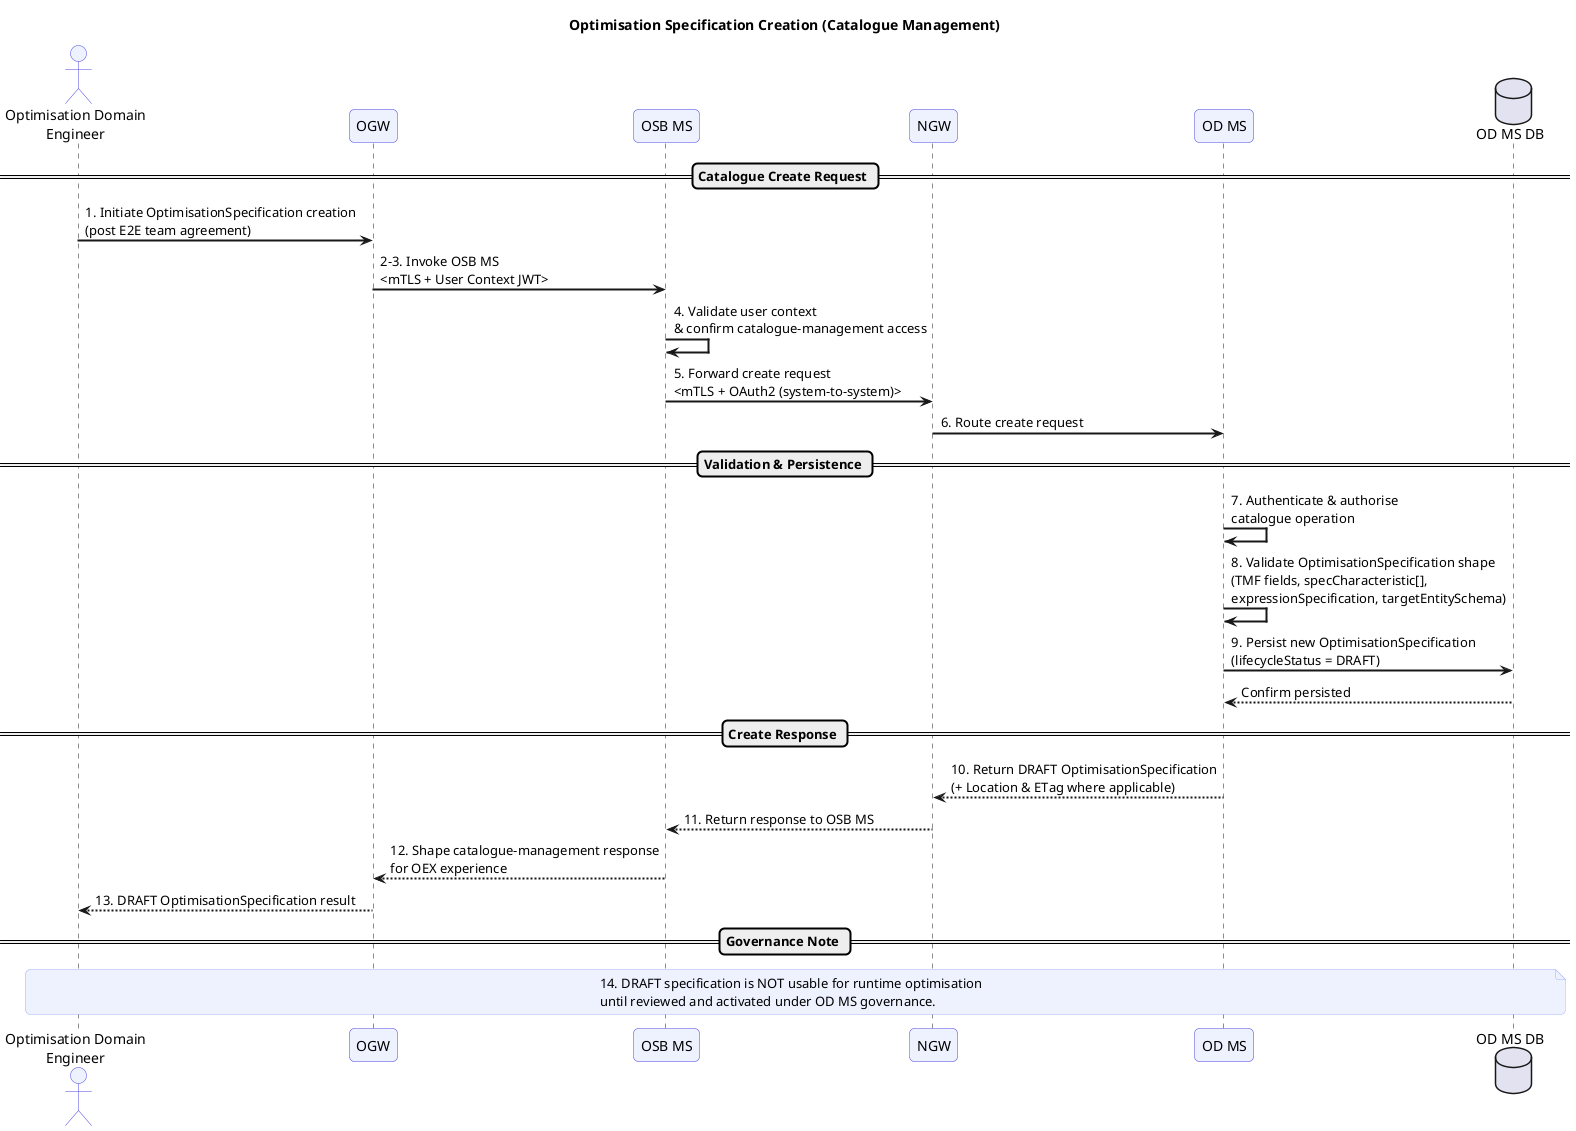
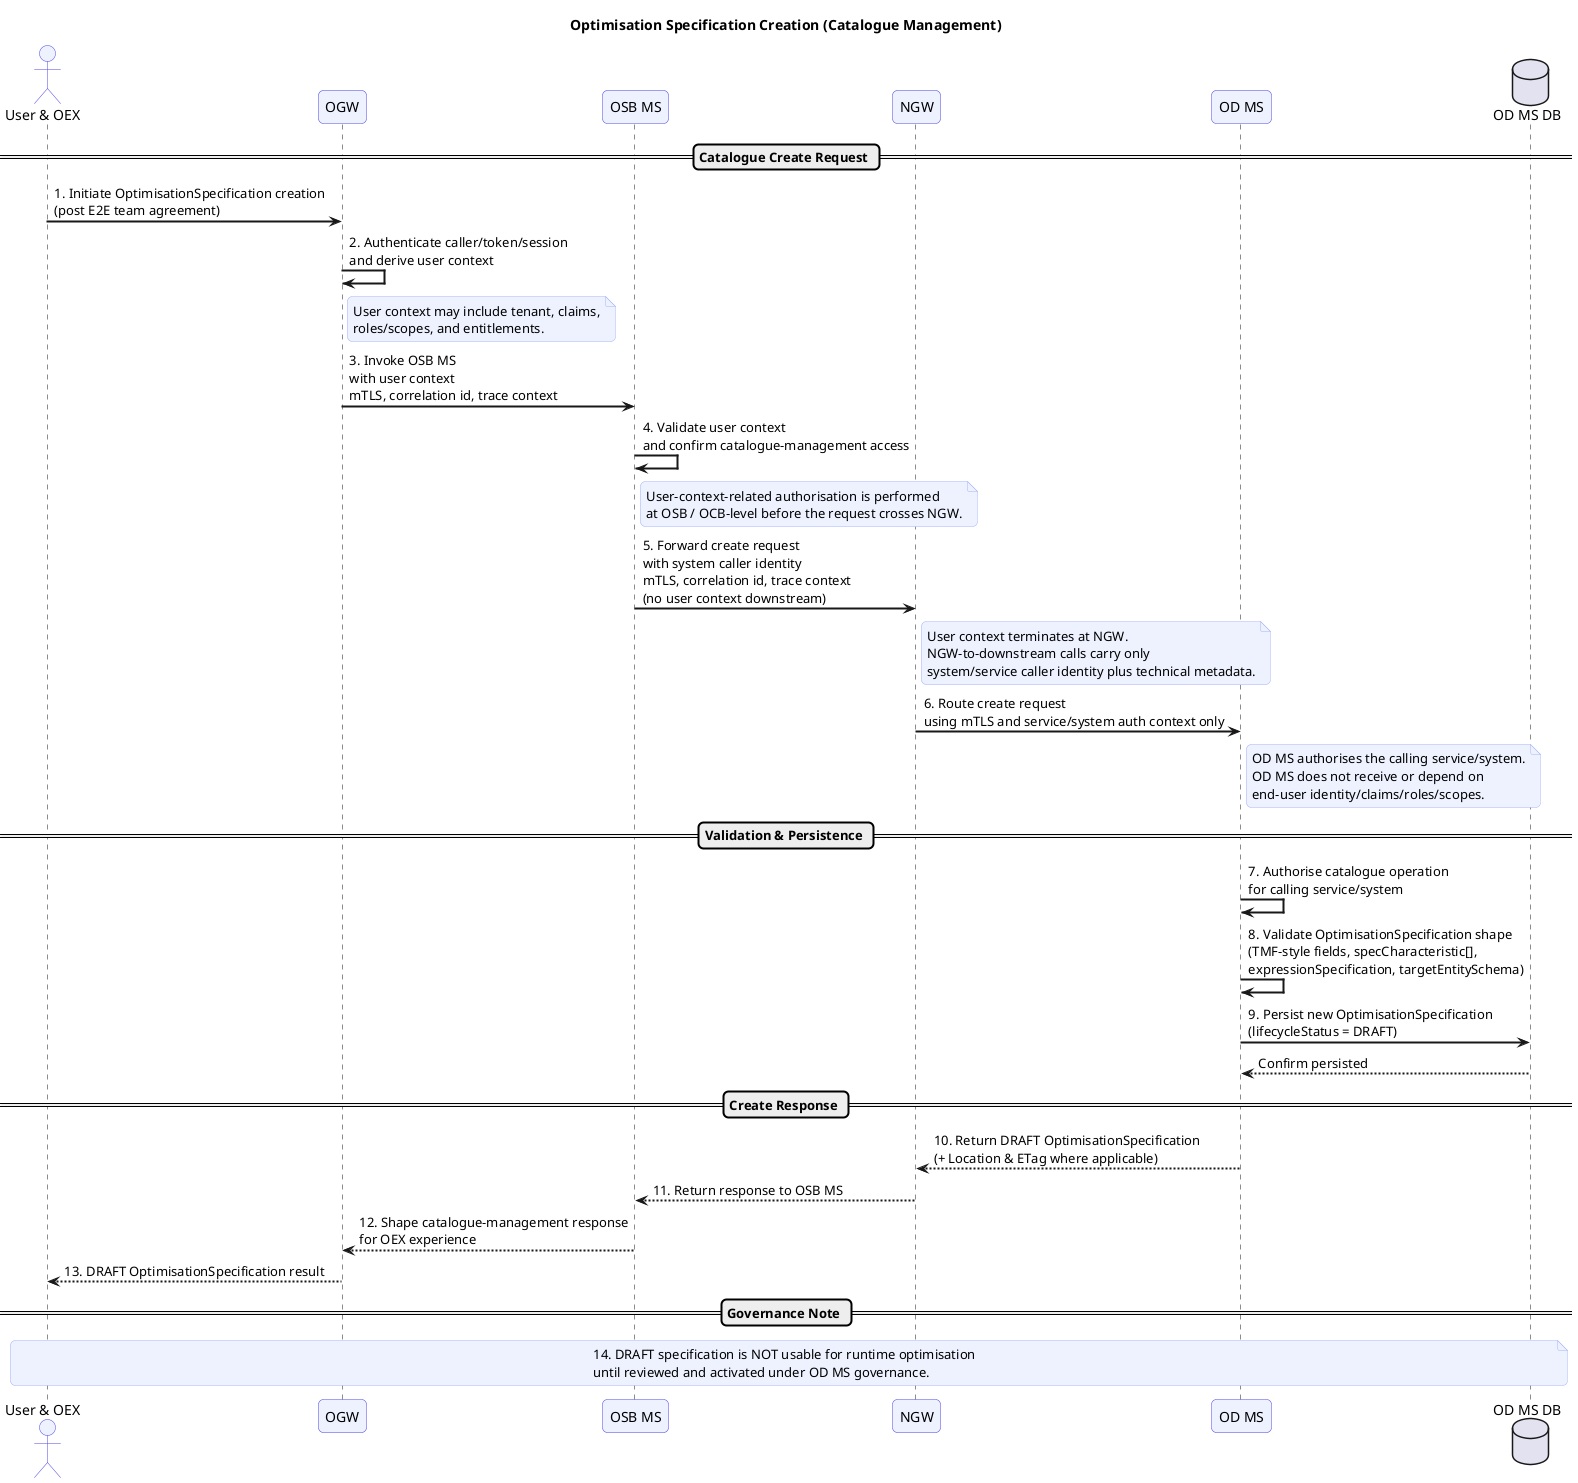
@startuml
title Optimisation Specification Creation (Catalogue Management)

skinparam sequenceArrowThickness 2
skinparam roundcorner 10
skinparam sequenceParticipantBackgroundColor #EEF2FF
skinparam sequenceParticipantBorderColor #4F46E5
skinparam sequenceActorBackgroundColor #EEF2FF
skinparam sequenceActorBorderColor #4F46E5
skinparam noteBorderColor #A5B4FC
skinparam noteBackgroundColor #EEF2FF

- actor "Optimisation Domain\nEngineer" as Engineer
+ actor "User & OEX " as Caller
participant "OGW" as OGW
participant "OSB MS" as OSB
participant "NGW" as NGW
participant "OD MS" as ODMS
database "OD MS DB" as ODDB

== Catalogue Create Request ==

- Engineer -> OGW : 1. Initiate OptimisationSpecification creation\n(post E2E team agreement)
- OGW -> OSB : 2-3. Invoke OSB MS\n<mTLS + User Context JWT>
- OSB -> OSB : 4. Validate user context\n& confirm catalogue-management access
- OSB -> NGW : 5. Forward create request\n<mTLS + OAuth2 (system-to-system)>
- NGW -> ODMS : 6. Route create request
+ Caller -> OGW : 1. Initiate OptimisationSpecification creation\n(post E2E team agreement)
+ OGW -> OGW : 2. Authenticate caller/token/session\nand derive user context
+ note right of OGW
+ User context may include tenant, claims,
+ roles/scopes, and entitlements.
+ end note
+ 
+ OGW -> OSB : 3. Invoke OSB MS\nwith user context\nmTLS, correlation id, trace context
+ OSB -> OSB : 4. Validate user context\nand confirm catalogue-management access
+ note right of OSB
+ User-context-related authorisation is performed
+ at OSB / OCB-level before the request crosses NGW.
+ end note
+ 
+ OSB -> NGW : 5. Forward create request\nwith system caller identity\nmTLS, correlation id, trace context\n(no user context downstream)
+ note right of NGW
+ User context terminates at NGW.
+ NGW-to-downstream calls carry only
+ system/service caller identity plus technical metadata.
+ end note
+ 
+ NGW -> ODMS : 6. Route create request\nusing mTLS and service/system auth context only
+ note right of ODMS
+ OD MS authorises the calling service/system.
+ OD MS does not receive or depend on
+ end-user identity/claims/roles/scopes.
+ end note

== Validation & Persistence ==

- ODMS -> ODMS : 7. Authenticate & authorise\ncatalogue operation
- ODMS -> ODMS : 8. Validate OptimisationSpecification shape\n(TMF fields, specCharacteristic[],\nexpressionSpecification, targetEntitySchema)
+ ODMS -> ODMS : 7. Authorise catalogue operation\nfor calling service/system
+ ODMS -> ODMS : 8. Validate OptimisationSpecification shape\n(TMF-style fields, specCharacteristic[],\nexpressionSpecification, targetEntitySchema)
ODMS -> ODDB : 9. Persist new OptimisationSpecification\n(lifecycleStatus = DRAFT)
ODDB --> ODMS : Confirm persisted

== Create Response ==

ODMS --> NGW : 10. Return DRAFT OptimisationSpecification\n(+ Location & ETag where applicable)
NGW --> OSB : 11. Return response to OSB MS
OSB --> OGW : 12. Shape catalogue-management response\nfor OEX experience
- OGW --> Engineer : 13. DRAFT OptimisationSpecification result
+ OGW --> Caller : 13. DRAFT OptimisationSpecification result

== Governance Note ==

- note over Engineer, ODDB
-   14. DRAFT specification is NOT usable for runtime optimisation
-   until reviewed and activated under OD MS governance.
+ note over Caller, ODDB
+ 14. DRAFT specification is NOT usable for runtime optimisation
+ until reviewed and activated under OD MS governance.
end note

@enduml
